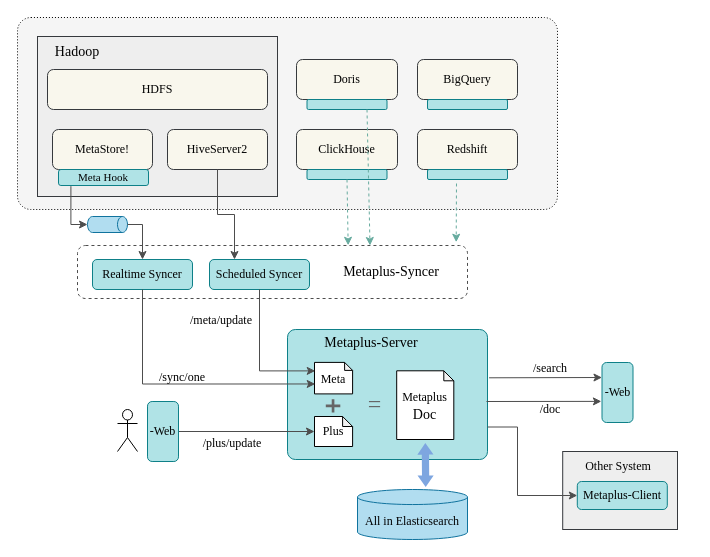
hannyu/metaplus.plus keeps this draw.io diagram as draws/metaplus_arch.drawio. Above is the earlier version. Source tidied: cells renumbered, new cells numbered last; positions are measured from the earlier drawing's top-left corner, leaving out a move shared by most shapes. Both pictures are drawn from the tidied source at 100%, with x=0, y=0 at pixel (17, 17).
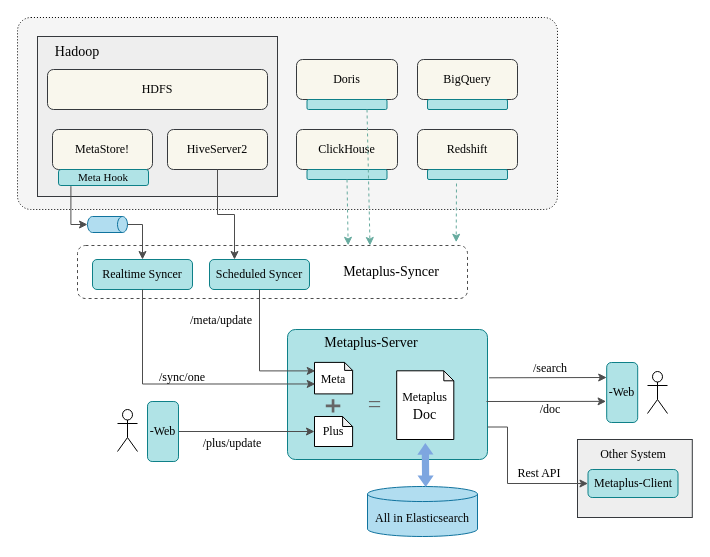
The same page after the edit.

The change refers to these unchanged cells:
```xml
<mxCell id="19" style="rounded=1;whiteSpace=wrap;html=1;arcSize=6;fillColor=#b0e3e6;strokeColor=#0e8088;fontFamily=Times New Roman;" parent="18" vertex="1">
  <mxGeometry width="200" height="130" as="geometry" />
</mxCell>
```

What changed in the source:
```diff
@@
     <mxCell id="2" style="rounded=0;whiteSpace=wrap;html=1;fillColor=#eeeeee;strokeColor=#36393d;fontFamily=Times New Roman;" parent="1" vertex="1">
-      <mxGeometry x="545.2" y="434" width="114.8" height="78" as="geometry" />
+      <mxGeometry x="560" y="422" width="114.8" height="78" as="geometry" />
     </mxCell>
@@
     <mxCell id="41" value="All in Elasticsearch" style="shape=cylinder3;whiteSpace=wrap;html=1;boundedLbl=1;backgroundOutline=1;size=7.521739130434753;fillColor=#b1ddf0;strokeColor=#10739e;fontFamily=Times New Roman;" parent="1" vertex="1">
-      <mxGeometry x="340" y="472" width="110" height="50" as="geometry" />
+      <mxGeometry x="350" y="469" width="110" height="50" as="geometry" />
     </mxCell>
@@
     <mxCell id="47" value="-Web" style="rounded=1;whiteSpace=wrap;html=1;fillColor=#b0e3e6;strokeColor=#0e8088;fontFamily=Times New Roman;" parent="1" vertex="1">
-      <mxGeometry x="584.5" y="345" width="31" height="60" as="geometry" />
+      <mxGeometry x="589.2" y="345" width="31" height="60" as="geometry" />
     </mxCell>
@@
     <mxCell id="52" value="Metaplus-Client" style="rounded=1;whiteSpace=wrap;html=1;fillColor=#b0e3e6;strokeColor=#0e8088;fontFamily=Times New Roman;" parent="1" vertex="1">
-      <mxGeometry x="559.8" y="464" width="90" height="28" as="geometry" />
+      <mxGeometry x="570.5" y="452" width="90" height="28" as="geometry" />
     </mxCell>
     <mxCell id="53" style="endArrow=classic;html=1;rounded=0;strokeColor=#4D4D4D;exitX=1;exitY=0.75;exitDx=0;exitDy=0;entryX=0;entryY=0.5;entryDx=0;entryDy=0;edgeStyle=orthogonalEdgeStyle;fontFamily=Times New Roman;" parent="1" edge="1" source="19" target="52">
       <mxGeometry relative="1" as="geometry">
         <Array as="points">
-          <mxPoint x="500" y="410" />
-          <mxPoint x="500" y="478" />
+          <mxPoint x="490" y="410" />
+          <mxPoint x="490" y="466" />
         </Array>
       </mxGeometry>
     </mxCell>
     <mxCell id="54" value="Other System" style="text;html=1;align=center;verticalAlign=middle;whiteSpace=wrap;rounded=0;fontFamily=Times New Roman;" parent="1" vertex="1">
-      <mxGeometry x="560.8" y="434" width="80" height="30" as="geometry" />
+      <mxGeometry x="575.5" y="422" width="80" height="30" as="geometry" />
     </mxCell>
+    <mxCell id="55" value="Rest API" style="text;html=1;align=center;verticalAlign=middle;whiteSpace=wrap;rounded=0;rotation=0;fontFamily=Times New Roman;" parent="1" vertex="1">
+      <mxGeometry x="492" y="442" width="60" height="27" as="geometry" />
+    </mxCell>
+    <mxCell id="56" style="shape=umlActor;verticalLabelPosition=bottom;verticalAlign=top;html=1;fontFamily=Times New Roman;" parent="1" vertex="1">
+      <mxGeometry x="630" y="354" width="20" height="42" as="geometry" />
+    </mxCell>
```
